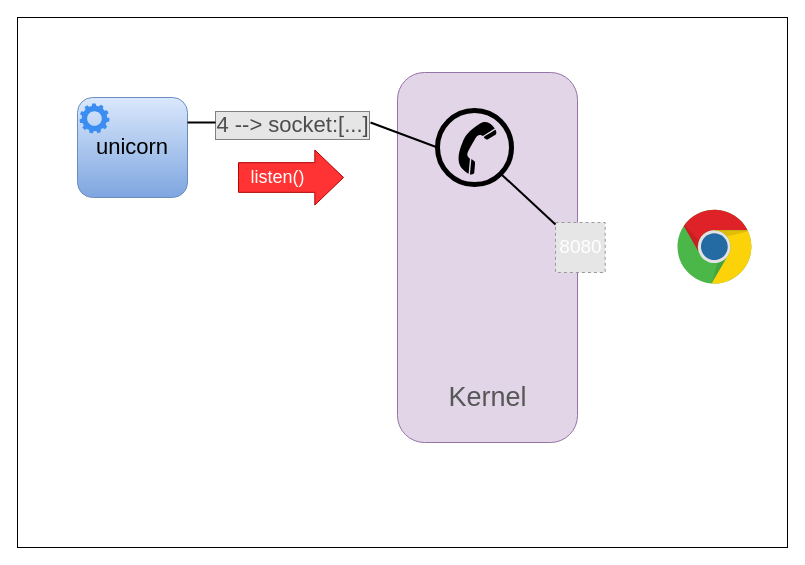
This is page "Page-6" (6 of 12) of presentations/assets/Unicorn.drawio from psaghelyi/web_test, a draw.io file, before an edit. Source tidied: cells renumbered, new cells numbered last; positions are measured from the earlier drawing's top-left corner, leaving out a move shared by most shapes. Both pictures are drawn from the tidied source at 100%, with x=0, y=0 at pixel (17, 17). Pictures stored in the file or linked from it are replaced by grey dashed boxes.
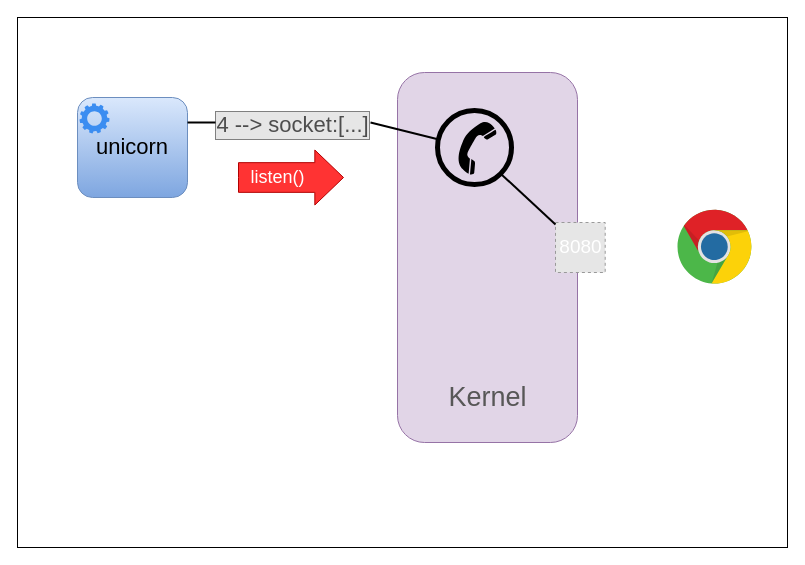
Above is the later version.

What changed in the source:
```diff
@@
 <mxGraphModel>
   <root>
     <mxCell id="0" />
     <mxCell id="1" parent="0" />
     <mxCell id="2" style="rounded=0;whiteSpace=wrap;html=1;fillColor=none;" parent="1" vertex="1">
       <mxGeometry width="770" height="530" as="geometry" />
     </mxCell>
     <mxCell id="3" value="unicorn" style="rounded=1;whiteSpace=wrap;html=1;fontSize=22;strokeColor=#6c8ebf;strokeWidth=1;fillColor=#dae8fc;gradientColor=#7ea6e0;" parent="1" vertex="1">
       <mxGeometry x="60" y="80" width="110" height="100" as="geometry" />
     </mxCell>
     <mxCell id="4" style="sketch=0;html=1;strokeColor=none;shadow=0;align=center;verticalAlign=top;fillColor=#3B8DF1;shape=mxgraph.gcp2.gear;" parent="1" vertex="1">
       <mxGeometry x="62" y="85.9" width="30" height="30" as="geometry" />
     </mxCell>
     <mxCell id="5" style="rounded=1;whiteSpace=wrap;html=1;fontSize=19;fillColor=#e1d5e7;strokeColor=#9673a6;" parent="1" vertex="1">
       <mxGeometry x="380" y="55" width="180" height="370" as="geometry" />
     </mxCell>
     <mxCell id="6" style="fillColor=#E6E6E6;strokeColor=#999999;dashed=1;verticalLabelPosition=bottom;labelBackgroundColor=default;verticalAlign=top;" parent="1" vertex="1">
       <mxGeometry x="538" y="205" width="49.7" height="50" as="geometry" />
     </mxCell>
     <mxCell id="7" value="&lt;font style=&quot;font-size: 27px;&quot;&gt;Kernel&lt;/font&gt;" style="text;html=1;align=center;verticalAlign=middle;strokeColor=none;fillColor=none;fontColor=#575757;" parent="1" vertex="1">
       <mxGeometry x="425" y="365" width="90" height="30" as="geometry" />
     </mxCell>
     <mxCell id="8" value="8080" style="text;html=1;align=center;verticalAlign=middle;strokeColor=none;fillColor=none;fontSize=19;fontColor=#FFFFFF;" parent="1" vertex="1">
       <mxGeometry x="532.8" y="215" width="60" height="30" as="geometry" />
     </mxCell>
     <mxCell id="9" value="&lt;font color=&quot;#4d4d4d&quot; style=&quot;font-size: 22px;&quot;&gt;4 --&amp;gt; socket:[...]&lt;/font&gt;" style="text;html=1;align=center;verticalAlign=middle;strokeColor=none;fillColor=none;fontColor=default;labelBackgroundColor=#E6E6E6;labelBorderColor=#808080;strokeWidth=4;fontSize=20;" parent="1" vertex="1">
       <mxGeometry x="190" y="93" width="170" height="30" as="geometry" />
     </mxCell>
     <mxCell id="10" style="endArrow=none;html=1;rounded=0;fontSize=22;fontColor=#4D4D4D;exitX=1;exitY=0.25;exitDx=0;exitDy=0;strokeWidth=2;" parent="1" edge="1" source="3">
       <mxGeometry relative="1" as="geometry">
         <mxPoint x="198" y="105" as="targetPoint" />
       </mxGeometry>
     </mxCell>
-    <mxCell id="11" style="endArrow=none;html=1;rounded=0;fontSize=22;fontColor=#4D4D4D;strokeWidth=2;entryX=0;entryY=0.5;entryDx=0;entryDy=0;" parent="1" edge="1" target="14">
+    <mxCell id="11" style="endArrow=none;html=1;rounded=0;fontSize=22;fontColor=#4D4D4D;strokeWidth=2;entryX=0.005;entryY=0.389;entryDx=0;entryDy=0;entryPerimeter=0;" parent="1" edge="1" target="14">
       <mxGeometry relative="1" as="geometry">
         <mxPoint x="353" y="105" as="sourcePoint" />
       </mxGeometry>
     </mxCell>
     <mxCell id="12" value="&lt;font style=&quot;font-size: 18px;&quot;&gt;listen()&lt;/font&gt;" style="html=1;shadow=0;dashed=0;align=center;verticalAlign=middle;shape=mxgraph.arrows2.arrow;dy=0.46;dx=28.67;notch=0;fontSize=18;fontColor=#ffffff;fillColor=#FF3333;strokeColor=#B20000;spacingLeft=-28;" parent="1" vertex="1">
       <mxGeometry x="221" y="132.5" width="105" height="55" as="geometry" />
     </mxCell>
     <mxCell id="13" style="endArrow=none;html=1;rounded=0;fontSize=22;fontColor=#4D4D4D;strokeWidth=2;exitX=1;exitY=1;exitDx=0;exitDy=0;" parent="1" edge="1" source="14" target="6">
       <mxGeometry relative="1" as="geometry" />
     </mxCell>
     <mxCell id="14" style="ellipse;whiteSpace=wrap;html=1;strokeColor=default;fillColor=none;strokeWidth=5;" parent="1" vertex="1">
       <mxGeometry x="420" y="93" width="74" height="74" as="geometry" />
     </mxCell>
     <mxCell id="15" style="shape=mxgraph.signs.tech.telephone_3;html=1;fillColor=#000000;strokeColor=none;verticalLabelPosition=bottom;verticalAlign=top;align=center;rotation=60;" parent="1" vertex="1">
       <mxGeometry x="439.7" y="105.8" width="40.8" height="50" as="geometry" />
     </mxCell>
     <mxCell id="16" style="dashed=0;html=1;align=center;labelPosition=center;verticalLabelPosition=bottom;verticalAlign=top;shape=mxgraph.weblogos.chrome;rounded=1;shadow=0;glass=0;sketch=0;fontSize=31;strokeColor=default;strokeWidth=1;fillColor=none;" parent="1" vertex="1">
       <mxGeometry x="660" y="192.3" width="74.8" height="75.4" as="geometry" />
     </mxCell>
   </root>
 </mxGraphModel>
```
